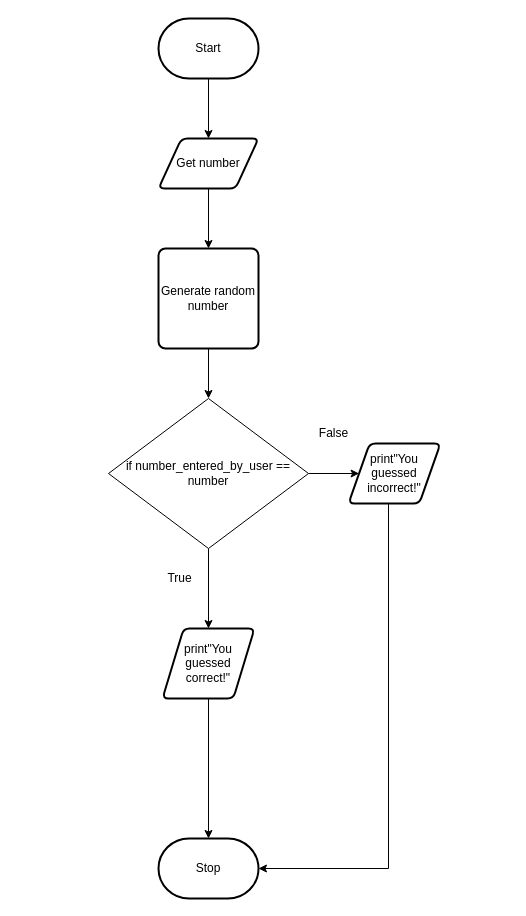
michael-clermont1/ICS3U-Unit3-07-Python keeps this draw.io diagram as flowchart.drawio. Above is the earlier version. Source tidied: cells renumbered, new cells numbered last; positions are measured from the earlier drawing's top-left corner, leaving out a move shared by most shapes. Both pictures are drawn from the tidied source at 100%, with x=0, y=0 at pixel (108, 18).
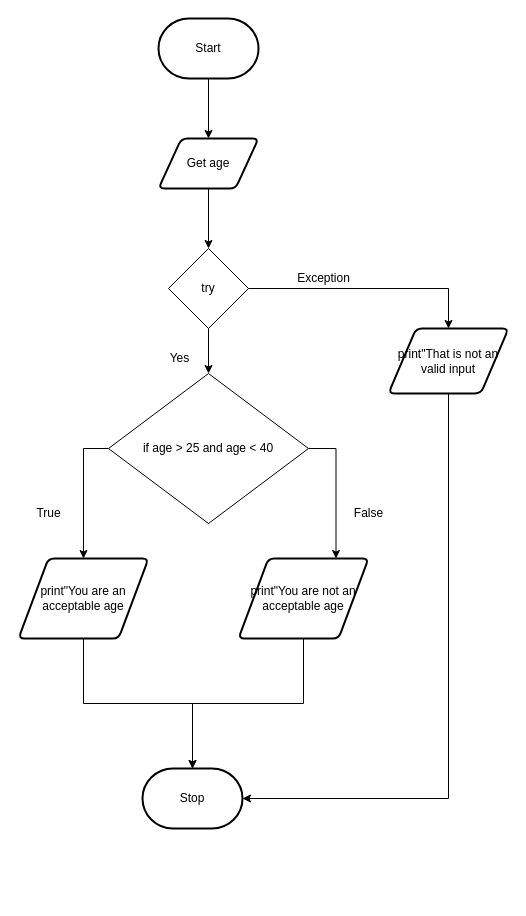
The same page after the edit.

Diff of the diagram source:
```diff
@@
-    <mxCell id="2" style="edgeStyle=orthogonalEdgeStyle;rounded=0;html=1;exitX=0.5;exitY=1;exitDx=0;exitDy=0;entryX=0.5;entryY=0;entryDx=0;entryDy=0;" parent="1" edge="1" source="3" target="17">
-      <mxGeometry relative="1" as="geometry" />
-    </mxCell>
+    <mxCell id="18" style="edgeStyle=none;rounded=0;html=1;entryX=0.5;entryY=0;entryDx=0;entryDy=0;" parent="1" edge="1" source="3" target="22">
+      <mxGeometry relative="1" as="geometry" />
+    </mxCell>
-    <mxCell id="3" value="Get number" style="shape=parallelogram;html=1;strokeWidth=2;perimeter=parallelogramPerimeter;whiteSpace=wrap;rounded=1;arcSize=12;size=0.23;" parent="1" vertex="1">
+    <mxCell id="3" value="Get age" style="shape=parallelogram;html=1;strokeWidth=2;perimeter=parallelogramPerimeter;whiteSpace=wrap;rounded=1;arcSize=12;size=0.23;" parent="1" vertex="1">
       <mxGeometry x="50" y="120" width="100" height="50" as="geometry" />
     </mxCell>
@@
     <mxCell id="6" value="Stop" style="strokeWidth=2;html=1;shape=mxgraph.flowchart.terminator;whiteSpace=wrap;" parent="1" vertex="1">
-      <mxGeometry x="50" y="820" width="100" height="60" as="geometry" />
+      <mxGeometry x="34" y="750" width="100" height="60" as="geometry" />
     </mxCell>
@@
-    <mxCell id="8" value="print&quot;You guessed correct!&quot;" style="shape=parallelogram;html=1;strokeWidth=2;perimeter=parallelogramPerimeter;whiteSpace=wrap;rounded=1;arcSize=12;size=0.23;" parent="1" vertex="1">
-      <mxGeometry x="54" y="610" width="92" height="70" as="geometry" />
+    <mxCell id="8" value="print&quot;You are an acceptable age" style="shape=parallelogram;html=1;strokeWidth=2;perimeter=parallelogramPerimeter;whiteSpace=wrap;rounded=1;arcSize=12;size=0.23;" parent="1" vertex="1">
+      <mxGeometry x="-90" y="540" width="130" height="80" as="geometry" />
     </mxCell>
     <mxCell id="9" style="edgeStyle=orthogonalEdgeStyle;rounded=0;html=1;entryX=1;entryY=0.5;entryDx=0;entryDy=0;entryPerimeter=0;" parent="1" edge="1" source="10" target="6">
       <mxGeometry relative="1" as="geometry">
         <Array as="points">
-          <mxPoint x="280" y="850" />
+          <mxPoint x="340" y="780" />
         </Array>
       </mxGeometry>
     </mxCell>
-    <mxCell id="10" value="print&quot;You guessed incorrect!&quot;" style="shape=parallelogram;html=1;strokeWidth=2;perimeter=parallelogramPerimeter;whiteSpace=wrap;rounded=1;arcSize=12;size=0.23;" parent="1" vertex="1">
-      <mxGeometry x="240" y="425" width="92" height="60" as="geometry" />
+    <mxCell id="10" value="print&quot;That is not an valid input" style="shape=parallelogram;html=1;strokeWidth=2;perimeter=parallelogramPerimeter;whiteSpace=wrap;rounded=1;arcSize=12;size=0.23;" parent="1" vertex="1">
+      <mxGeometry x="280" y="310" width="120" height="65" as="geometry" />
     </mxCell>
-    <mxCell id="11" style="edgeStyle=none;html=1;entryX=0.5;entryY=0;entryDx=0;entryDy=0;" parent="1" edge="1" source="13" target="8">
-      <mxGeometry relative="1" as="geometry" />
+    <mxCell id="11" style="edgeStyle=orthogonalEdgeStyle;html=1;entryX=0.5;entryY=0;entryDx=0;entryDy=0;rounded=0;" parent="1" edge="1" source="13" target="8">
+      <mxGeometry relative="1" as="geometry">
+        <Array as="points">
+          <mxPoint x="-25" y="430" />
+        </Array>
+      </mxGeometry>
     </mxCell>
-    <mxCell id="12" style="edgeStyle=orthogonalEdgeStyle;html=1;entryX=0;entryY=0.5;entryDx=0;entryDy=0;" parent="1" edge="1" source="13" target="10">
-      <mxGeometry relative="1" as="geometry" />
-    </mxCell>
+    <mxCell id="19" style="edgeStyle=orthogonalEdgeStyle;rounded=0;html=1;entryX=0.75;entryY=0;entryDx=0;entryDy=0;" parent="1" edge="1" source="13" target="25">
+      <mxGeometry relative="1" as="geometry">
+        <Array as="points">
+          <mxPoint x="228" y="430" />
+        </Array>
+      </mxGeometry>
+    </mxCell>
-    <mxCell id="13" value="&lt;span&gt;if number_entered_by_user == number&lt;/span&gt;" style="rhombus;whiteSpace=wrap;html=1;" parent="1" vertex="1">
-      <mxGeometry y="380" width="200" height="150" as="geometry" />
+    <mxCell id="13" value="&lt;span&gt;if age &amp;gt; 25 and age &amp;lt; 40&lt;/span&gt;" style="rhombus;whiteSpace=wrap;html=1;" parent="1" vertex="1">
+      <mxGeometry y="355" width="200" height="150" as="geometry" />
     </mxCell>
-    <mxCell id="14" value="False" style="text;html=1;align=center;verticalAlign=middle;fillColor=none;strokeColor=none;rounded=0;" parent="1" vertex="1">
-      <mxGeometry x="200" y="405" width="50" height="20" as="geometry" />
+    <mxCell id="14" value="Exception" style="text;html=1;align=center;verticalAlign=middle;fillColor=none;strokeColor=none;rounded=0;" parent="1" vertex="1">
+      <mxGeometry x="180" y="250" width="70" height="20" as="geometry" />
     </mxCell>
     <mxCell id="15" value="True" style="text;html=1;align=center;verticalAlign=middle;fillColor=none;strokeColor=none;rounded=0;" parent="1" vertex="1">
-      <mxGeometry x="51" y="550" width="40" height="20" as="geometry" />
+      <mxGeometry x="-80" y="485" width="40" height="20" as="geometry" />
     </mxCell>
-    <mxCell id="16" style="edgeStyle=orthogonalEdgeStyle;rounded=0;html=1;entryX=0.5;entryY=0;entryDx=0;entryDy=0;" parent="1" edge="1" source="17" target="13">
-      <mxGeometry relative="1" as="geometry" />
-    </mxCell>
-    <mxCell id="17" value="Generate random number" style="rounded=1;whiteSpace=wrap;html=1;absoluteArcSize=1;arcSize=14;strokeWidth=2;" parent="1" vertex="1">
-      <mxGeometry x="50" y="230" width="100" height="100" as="geometry" />
-    </mxCell>
+    <mxCell id="20" style="edgeStyle=none;rounded=0;html=1;entryX=0.5;entryY=0;entryDx=0;entryDy=0;" parent="1" edge="1" source="22" target="13">
+      <mxGeometry relative="1" as="geometry" />
+    </mxCell>
+    <mxCell id="21" style="edgeStyle=orthogonalEdgeStyle;rounded=0;html=1;entryX=0.5;entryY=0;entryDx=0;entryDy=0;" parent="1" edge="1" source="22" target="10">
+      <mxGeometry relative="1" as="geometry" />
+    </mxCell>
+    <mxCell id="22" value="try" style="rhombus;whiteSpace=wrap;html=1;" parent="1" vertex="1">
+      <mxGeometry x="60" y="230" width="80" height="80" as="geometry" />
+    </mxCell>
+    <mxCell id="23" value="Yes" style="text;html=1;align=center;verticalAlign=middle;fillColor=none;strokeColor=none;rounded=0;" parent="1" vertex="1">
+      <mxGeometry x="51" y="330" width="40" height="20" as="geometry" />
+    </mxCell>
+    <mxCell id="24" style="edgeStyle=orthogonalEdgeStyle;rounded=0;html=1;entryX=0.5;entryY=0;entryDx=0;entryDy=0;entryPerimeter=0;" parent="1" edge="1" source="25" target="6">
+      <mxGeometry relative="1" as="geometry" />
+    </mxCell>
+    <mxCell id="25" value="print&quot;You are not an acceptable age" style="shape=parallelogram;html=1;strokeWidth=2;perimeter=parallelogramPerimeter;whiteSpace=wrap;rounded=1;arcSize=12;size=0.23;" parent="1" vertex="1">
+      <mxGeometry x="130" y="540" width="130" height="80" as="geometry" />
+    </mxCell>
+    <mxCell id="26" value="False" style="text;html=1;align=center;verticalAlign=middle;fillColor=none;strokeColor=none;rounded=0;" parent="1" vertex="1">
+      <mxGeometry x="235" y="485" width="50" height="20" as="geometry" />
+    </mxCell>
```
